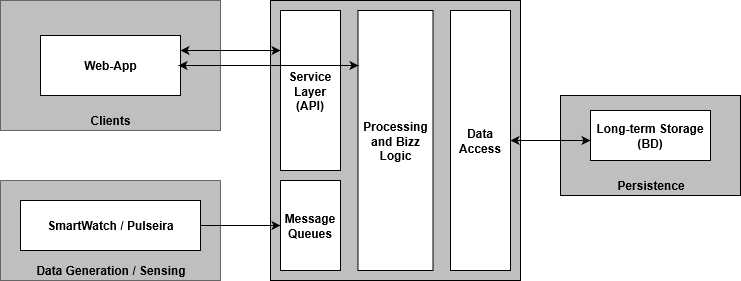
Above: reports/Watchful_Care_architecture.png in ChicoUA/Watchful-care (draw.io), before the change. Source tidied: cells renumbered, new cells last; positions are measured from the earlier drawing's top-left corner, leaving out a move shared by most shapes.
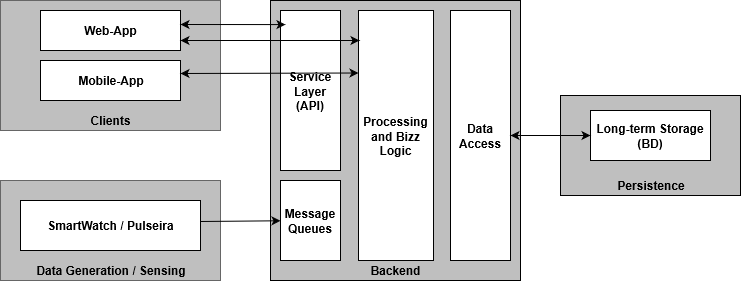
The same diagram one commit later.

Commit message:
Arquitetura quase definida

Diff of the diagram source:
```diff
@@ -9,7 +9,7 @@
       <mxGeometry x="90" y="110" width="40" height="20" as="geometry" />
     </mxCell>
     <mxCell id="4" value="Web-App" style="rounded=0;whiteSpace=wrap;html=1;fontStyle=1;" parent="1" vertex="1">
-      <mxGeometry x="40" y="35" width="140" height="60" as="geometry" />
+      <mxGeometry x="40" y="10" width="140" height="40" as="geometry" />
     </mxCell>
     <mxCell id="5" style="rounded=0;whiteSpace=wrap;html=1;fillColor=#BFBFBF;strokeColor=#666666;fontColor=#333333;" parent="1" vertex="1">
       <mxGeometry y="180" width="220" height="100" as="geometry" />
@@ -24,16 +24,16 @@
       <mxGeometry x="270" width="250" height="280" as="geometry" />
     </mxCell>
     <mxCell id="9" value="Message Queues" style="rounded=0;whiteSpace=wrap;html=1;fontStyle=1;direction=south;" parent="1" vertex="1">
-      <mxGeometry x="280" y="180" width="60" height="90" as="geometry" />
+      <mxGeometry x="280" y="180" width="60" height="80" as="geometry" />
     </mxCell>
     <mxCell id="10" value="Service Layer (API)" style="rounded=0;whiteSpace=wrap;html=1;direction=south;fontStyle=1;" parent="1" vertex="1">
       <mxGeometry x="280" y="10" width="60" height="160" as="geometry" />
     </mxCell>
     <mxCell id="11" value="Processing and Bizz Logic" style="rounded=0;whiteSpace=wrap;html=1;direction=south;fontStyle=1;" parent="1" vertex="1">
-      <mxGeometry x="357.5" y="10" width="75" height="260" as="geometry" />
+      <mxGeometry x="358" y="10" width="75" height="250" as="geometry" />
     </mxCell>
     <mxCell id="12" value="Data Access" style="rounded=0;whiteSpace=wrap;html=1;direction=south;fontStyle=1;" parent="1" vertex="1">
-      <mxGeometry x="450" y="10" width="60" height="260" as="geometry" />
+      <mxGeometry x="450" y="10" width="60" height="250" as="geometry" />
     </mxCell>
     <mxCell id="13" style="rounded=0;whiteSpace=wrap;html=1;fillColor=#BFBFBF;" parent="1" vertex="1">
       <mxGeometry x="560" y="95" width="180" height="100" as="geometry" />
@@ -44,22 +44,37 @@
     <mxCell id="15" value="Persistence" style="text;html=1;strokeColor=none;fillColor=none;align=center;verticalAlign=middle;whiteSpace=wrap;rounded=0;fontStyle=1;" parent="1" vertex="1">
       <mxGeometry x="590" y="175" width="120" height="20" as="geometry" />
     </mxCell>
-    <mxCell id="16" style="endArrow=classic;startArrow=classic;html=1;fontFamily=Helvetica;fontSize=11;fontColor=#000000;align=center;strokeColor=#000000;entryX=0.25;entryY=1;entryDx=0;entryDy=0;exitX=1;exitY=0.25;exitDx=0;exitDy=0;" parent="1" edge="1" source="4" target="10">
-      <mxGeometry relative="1" as="geometry" />
+    <mxCell id="16" style="endArrow=classic;startArrow=classic;html=1;fontFamily=Helvetica;fontSize=11;fontColor=#000000;align=center;strokeColor=#000000;entryX=0.088;entryY=0.917;entryDx=0;entryDy=0;entryPerimeter=0;" parent="1" edge="1" target="10">
+      <mxGeometry relative="1" as="geometry">
+        <mxPoint x="180" y="24" as="sourcePoint" />
+      </mxGeometry>
     </mxCell>
     <mxCell id="17" style="endArrow=classic;startArrow=classic;html=1;" parent="1" edge="1">
       <mxGeometry relative="1" as="geometry">
-        <mxPoint x="178" y="65" as="sourcePoint" />
-        <mxPoint x="358" y="65" as="targetPoint" />
+        <mxPoint x="180" y="40" as="sourcePoint" />
+        <mxPoint x="359" y="40" as="targetPoint" />
       </mxGeometry>
     </mxCell>
     <mxCell id="18" style="endArrow=classic;startArrow=classic;html=1;exitX=0.5;exitY=0;exitDx=0;exitDy=0;" parent="1" edge="1" source="12">
       <mxGeometry relative="1" as="geometry">
-        <mxPoint x="590" y="140" as="targetPoint" />
+        <mxPoint x="590" y="135" as="targetPoint" />
       </mxGeometry>
     </mxCell>
-    <mxCell id="19" style="endArrow=classic;html=1;exitX=1;exitY=0.5;exitDx=0;exitDy=0;" parent="1" edge="1" source="7" target="9">
-      <mxGeometry relative="1" as="geometry" />
+    <mxCell id="19" style="endArrow=classic;html=1;" parent="1" edge="1" target="9">
+      <mxGeometry relative="1" as="geometry">
+        <mxPoint x="200" y="221" as="sourcePoint" />
+      </mxGeometry>
     </mxCell>
+    <mxCell id="20" value="Mobile-App" style="rounded=0;whiteSpace=wrap;html=1;fontStyle=1;" parent="1" vertex="1">
+      <mxGeometry x="40" y="60" width="140" height="40" as="geometry" />
+    </mxCell>
+    <mxCell id="21" style="endArrow=classic;startArrow=classic;html=1;entryX=0.25;entryY=1;entryDx=0;entryDy=0;" parent="1" edge="1" target="11">
+      <mxGeometry relative="1" as="geometry">
+        <mxPoint x="180" y="73" as="sourcePoint" />
+      </mxGeometry>
+    </mxCell>
+    <mxCell id="22" value="&lt;b&gt;Backend&lt;/b&gt;" style="text;html=1;strokeColor=none;fillColor=none;align=center;verticalAlign=middle;whiteSpace=wrap;rounded=0;" parent="1" vertex="1">
+      <mxGeometry x="310" y="260" width="170" height="20" as="geometry" />
+    </mxCell>
   </root>
 </mxGraphModel>
```
